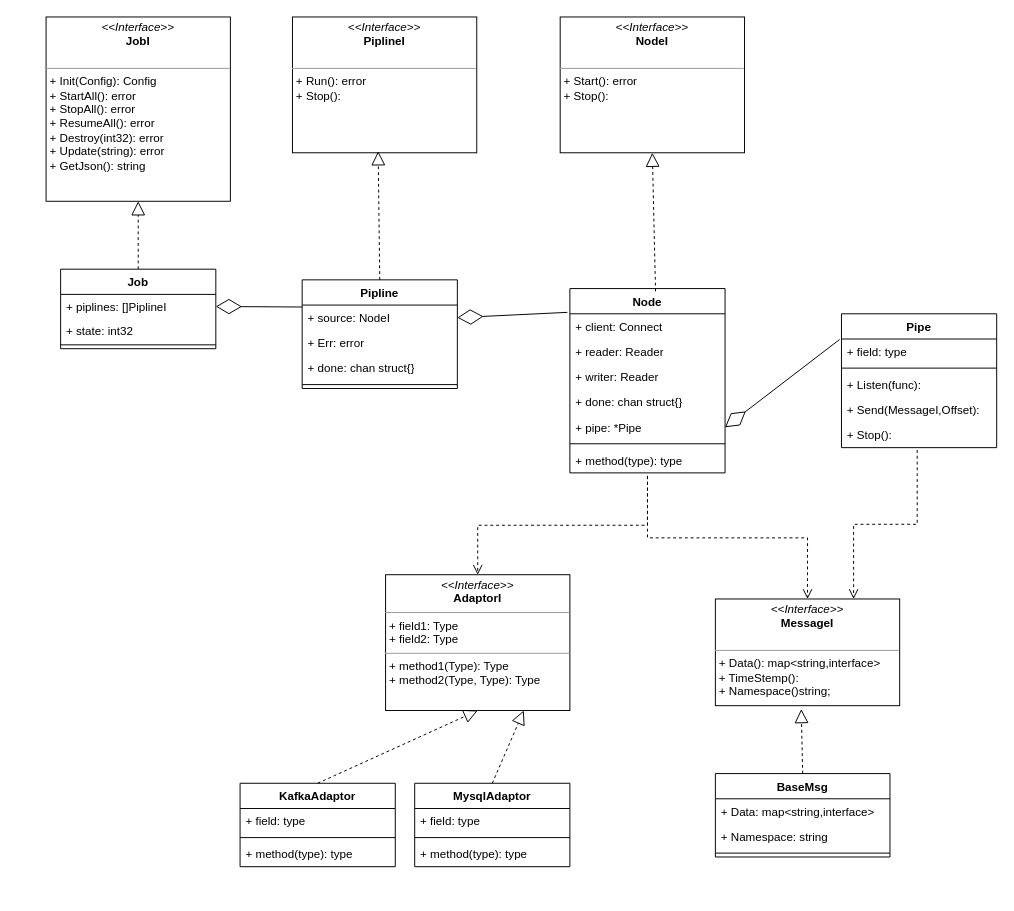
Above: page "第 3 页" (3 of 5) of Crm-Saas/crm-saas.drawio in zhangshuntao-ola/MyDraw (draw.io), before the change. Source tidied: cells renumbered, new cells numbered last; positions are measured from the earlier drawing's top-left corner, leaving out a move shared by most shapes. Both pictures are drawn from the tidied source at 97%, with x=0, y=0 at pixel (46, 16).
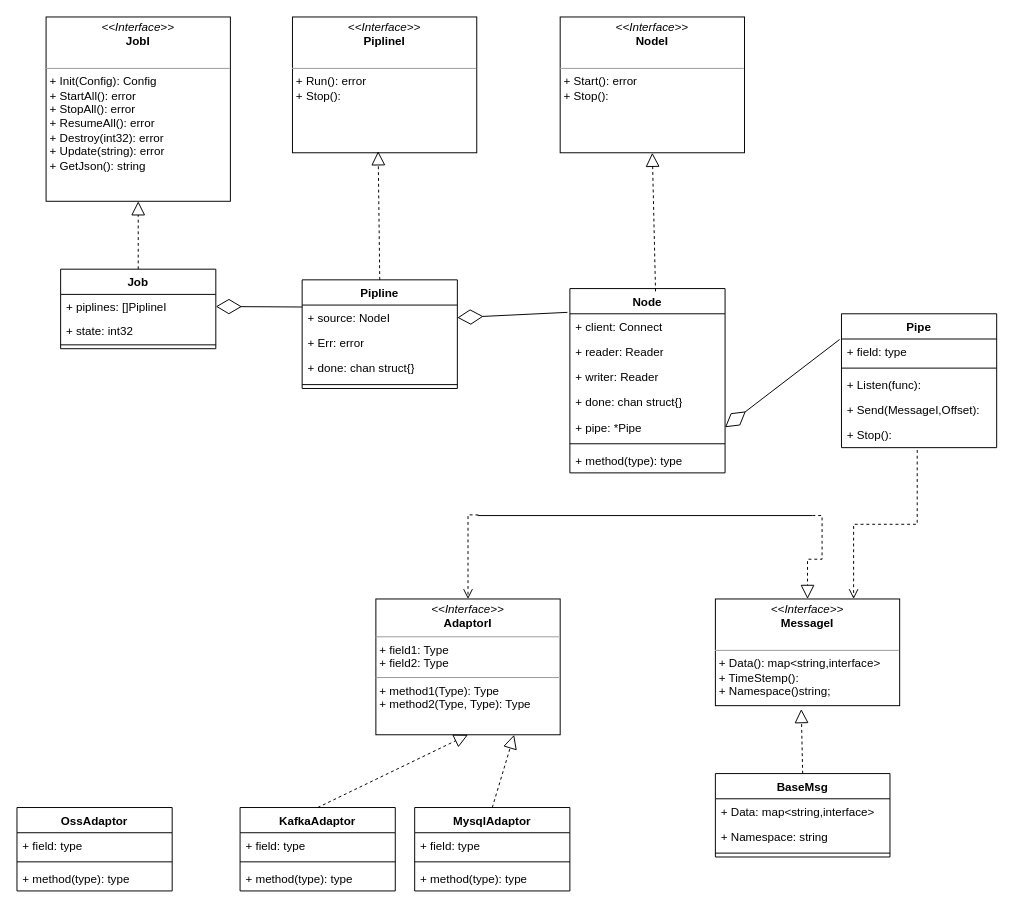
The same page after the edit.

The change refers to these unchanged cells:
```xml
<mxCell id="24" value="+ method(type): type" style="text;strokeColor=none;fillColor=none;align=left;verticalAlign=top;spacingLeft=4;spacingRight=4;overflow=hidden;points=[[0,0.5],[1,0.5]];portConstraint=eastwest;whiteSpace=wrap;html=1;" parent="17" vertex="1">
  <mxGeometry y="164" width="160" height="26" as="geometry" />
</mxCell>
<mxCell id="42" value="&lt;p style=&quot;margin:0px;margin-top:4px;text-align:center;&quot;&gt;&lt;i&gt;&amp;lt;&amp;lt;Interface&amp;gt;&amp;gt;&lt;/i&gt;&lt;br&gt;&lt;b&gt;MessageI&lt;/b&gt;&lt;/p&gt;&lt;p style=&quot;margin:0px;margin-left:4px;&quot;&gt;&lt;br&gt;&lt;/p&gt;&lt;hr size=&quot;1&quot;&gt;&lt;p style=&quot;margin:0px;margin-left:4px;&quot;&gt;+ Data(): map&amp;lt;string,interface&amp;gt;&lt;br&gt;+ TimeStemp():&lt;/p&gt;&lt;p style=&quot;margin:0px;margin-left:4px;&quot;&gt;+ Namespace()string;&amp;nbsp;&lt;/p&gt;" style="verticalAlign=top;align=left;overflow=fill;fontSize=12;fontFamily=Helvetica;html=1;whiteSpace=wrap;" parent="1" vertex="1">
  <mxGeometry x="690" y="600" width="190" height="110" as="geometry" />
</mxCell>
```

What changed in the source:
```diff
@@
     <mxCell id="4" value="&lt;p style=&quot;margin:0px;margin-top:4px;text-align:center;&quot;&gt;&lt;i&gt;&amp;lt;&amp;lt;Interface&amp;gt;&amp;gt;&lt;/i&gt;&lt;br&gt;&lt;b&gt;AdaptorI&lt;/b&gt;&lt;/p&gt;&lt;hr size=&quot;1&quot;&gt;&lt;p style=&quot;margin:0px;margin-left:4px;&quot;&gt;+ field1: Type&lt;br&gt;+ field2: Type&lt;/p&gt;&lt;hr size=&quot;1&quot;&gt;&lt;p style=&quot;margin:0px;margin-left:4px;&quot;&gt;+ method1(Type): Type&lt;br&gt;+ method2(Type, Type): Type&lt;/p&gt;" style="verticalAlign=top;align=left;overflow=fill;fontSize=12;fontFamily=Helvetica;html=1;whiteSpace=wrap;" parent="1" vertex="1">
-      <mxGeometry x="350" y="575" width="190" height="140" as="geometry" />
+      <mxGeometry x="340" y="600" width="190" height="140" as="geometry" />
     </mxCell>
@@
     <mxCell id="26" value="MysqlAdaptor" style="swimlane;fontStyle=1;align=center;verticalAlign=top;horizontal=1;startSize=26;whiteSpace=wrap;html=1;" parent="1" vertex="1">
-      <mxGeometry x="380" y="790" width="160" height="86" as="geometry" />
+      <mxGeometry x="380" y="815" width="160" height="86" as="geometry" />
     </mxCell>
@@
     <mxCell id="30" value="KafkaAdaptor" style="swimlane;fontStyle=1;align=center;verticalAlign=top;horizontal=1;startSize=26;whiteSpace=wrap;html=1;" parent="1" vertex="1">
-      <mxGeometry x="200" y="790" width="160" height="86" as="geometry" />
+      <mxGeometry x="200" y="815" width="160" height="86" as="geometry" />
     </mxCell>
@@
-    <mxCell id="51" style="edgeStyle=elbowEdgeStyle;elbow=vertical;endArrow=open;html=1;curved=0;rounded=0;endSize=8;startSize=8;exitX=0.5;exitY=1.135;exitDx=0;exitDy=0;exitPerimeter=0;entryX=0.5;entryY=0;entryDx=0;entryDy=0;endFill=0;dashed=1;" parent="1" edge="1" source="24" target="42">
+    <mxCell id="51" style="edgeStyle=orthogonalEdgeStyle;elbow=vertical;endArrow=open;html=1;rounded=0;endSize=8;startSize=8;entryX=0.5;entryY=0;entryDx=0;entryDy=0;endFill=0;dashed=1;exitX=0.002;exitY=0.417;exitDx=0;exitDy=0;exitPerimeter=0;" parent="1" edge="1" source="58" target="4">
       <mxGeometry relative="1" as="geometry" />
     </mxCell>
-    <mxCell id="52" style="edgeStyle=elbowEdgeStyle;elbow=vertical;endArrow=open;html=1;curved=0;rounded=0;endSize=8;startSize=8;entryX=0.5;entryY=0;entryDx=0;entryDy=0;endFill=0;dashed=1;" parent="1" edge="1" target="4">
-      <mxGeometry relative="1" as="geometry">
-        <mxPoint x="620" y="473" as="sourcePoint" />
-      </mxGeometry>
-    </mxCell>
@@
+    <mxCell id="54" value="OssAdaptor" style="swimlane;fontStyle=1;align=center;verticalAlign=top;horizontal=1;startSize=26;whiteSpace=wrap;html=1;" parent="1" vertex="1">
+      <mxGeometry x="-30" y="815" width="160" height="86" as="geometry" />
+    </mxCell>
+    <mxCell id="55" value="+ field: type" style="text;strokeColor=none;fillColor=none;align=left;verticalAlign=top;spacingLeft=4;spacingRight=4;overflow=hidden;whiteSpace=wrap;html=1;" parent="54" vertex="1">
+      <mxGeometry y="26" width="160" height="26" as="geometry" />
+    </mxCell>
+    <mxCell id="56" style="line;strokeWidth=1;fillColor=none;align=left;verticalAlign=middle;spacingTop=-1;spacingLeft=3;spacingRight=3;labelPosition=right;strokeColor=inherit;" parent="54" vertex="1">
+      <mxGeometry y="52" width="160" height="8" as="geometry" />
+    </mxCell>
+    <mxCell id="57" value="+ method(type): type" style="text;strokeColor=none;fillColor=none;align=left;verticalAlign=top;spacingLeft=4;spacingRight=4;overflow=hidden;whiteSpace=wrap;html=1;" parent="54" vertex="1">
+      <mxGeometry y="60" width="160" height="26" as="geometry" />
+    </mxCell>
+    <mxCell id="58" style="line;strokeWidth=1;fillColor=none;align=left;verticalAlign=middle;spacingTop=-1;spacingLeft=3;spacingRight=3;labelPosition=right;points=[];portConstraint=eastwest;strokeColor=inherit;" parent="1" vertex="1">
+      <mxGeometry x="445" y="510" width="345" height="8" as="geometry" />
+    </mxCell>
+    <mxCell id="59" style="endArrow=block;dashed=1;endFill=0;endSize=12;html=1;rounded=0;entryX=0.5;entryY=0;entryDx=0;entryDy=0;exitX=1;exitY=0.5;exitDx=0;exitDy=0;exitPerimeter=0;edgeStyle=orthogonalEdgeStyle;" parent="1" edge="1" source="58" target="42">
+      <mxGeometry relative="1" as="geometry" />
+    </mxCell>
```
